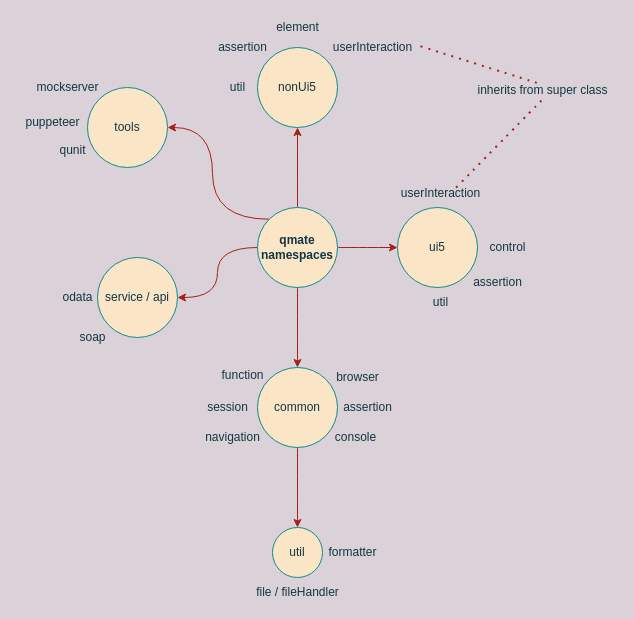
SAP/wdio-qmate-service keeps this draw.io diagram as reuse/structure.drawio. Above is the earlier version. Source tidied: cells renumbered, new cells numbered last; positions are measured from the earlier drawing's top-left corner, leaving out a move shared by most shapes. Both pictures are drawn from the tidied source at 100%, with x=0, y=0 at pixel (17, 17).
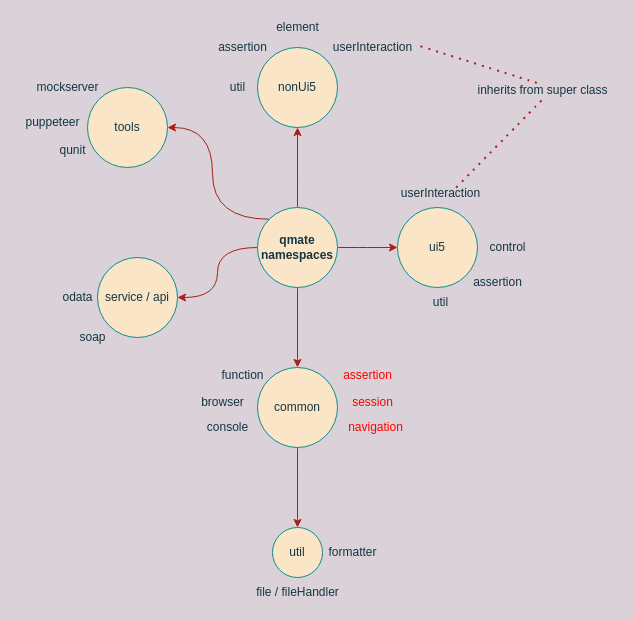
The same page after the edit.

Change to the diagram source:
```diff
@@
-    <mxCell id="18" value="assertion" style="text;html=1;align=center;verticalAlign=middle;strokeColor=none;fontColor=#143642;" parent="1" vertex="1">
-      <mxGeometry x="320" y="380" width="60" height="20" as="geometry" />
+    <mxCell id="18" value="assertion" style="text;html=1;align=center;verticalAlign=middle;strokeColor=none;fontColor=#FF0000;" parent="1" vertex="1">
+      <mxGeometry x="320" y="348" width="60" height="20" as="geometry" />
     </mxCell>
@@
-    <mxCell id="24" value="navigation" style="text;html=1;align=center;verticalAlign=middle;strokeColor=none;fontColor=#143642;" parent="1" vertex="1">
-      <mxGeometry x="180" y="410" width="70" height="20" as="geometry" />
+    <mxCell id="24" value="navigation" style="text;html=1;align=center;verticalAlign=middle;strokeColor=none;fontColor=#FF0000;" parent="1" vertex="1">
+      <mxGeometry x="323" y="400" width="70" height="20" as="geometry" />
     </mxCell>
-    <mxCell id="25" value="session" style="text;html=1;align=center;verticalAlign=middle;strokeColor=none;fontColor=#143642;" parent="1" vertex="1">
-      <mxGeometry x="180" y="380" width="60" height="20" as="geometry" />
+    <mxCell id="25" value="session" style="text;html=1;align=center;verticalAlign=middle;strokeColor=none;fontColor=#FF0000;" parent="1" vertex="1">
+      <mxGeometry x="325" y="375" width="60" height="20" as="geometry" />
     </mxCell>
@@
     <mxCell id="30" value="browser" style="text;html=1;align=center;verticalAlign=middle;strokeColor=none;fontColor=#143642;" parent="1" vertex="1">
-      <mxGeometry x="310" y="350" width="60" height="20" as="geometry" />
+      <mxGeometry x="175" y="375" width="60" height="20" as="geometry" />
     </mxCell>
     <mxCell id="31" value="console" style="text;html=1;align=center;verticalAlign=middle;strokeColor=none;fontColor=#143642;" parent="1" vertex="1">
-      <mxGeometry x="308" y="410" width="60" height="20" as="geometry" />
+      <mxGeometry x="180" y="400" width="60" height="20" as="geometry" />
     </mxCell>
```
